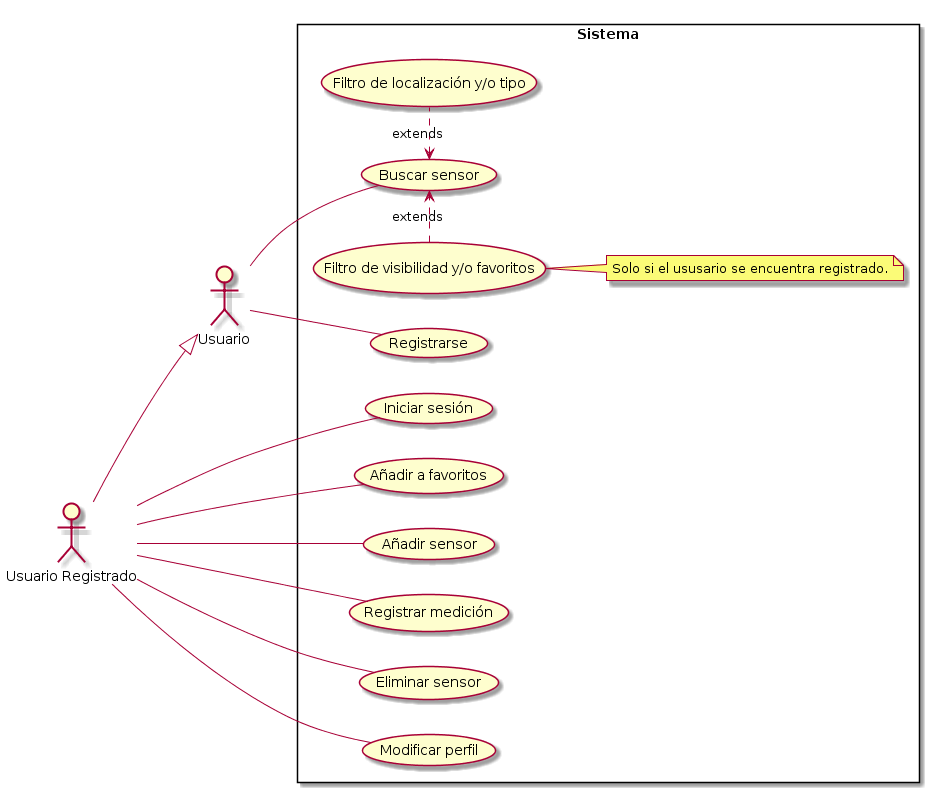
Before: Diagramas/Casos de Uso/Casos de Uso.png, a diagram exported from PlantUML (Canario0/SSW). Source of this version:
```plantuml
@startuml

left to right direction

skinparam packageStyle rectangle
actor Usuario as User
actor :Usuario Registrado: as Registrado

rectangle Sistema{
    usecase (Registrarse) as RegUser
    usecase (Buscar sensor) as BusqSensor
    usecase (Filtro de localización y/o tipo) as Filtro1
    usecase (Iniciar sesión) as Sesion
    usecase (Añadir a favoritos) as Fav
    usecase (Filtro de visibilidad y/o favoritos) as Filtro2
    usecase (Añadir sensor) as RegSensor
    usecase (Registrar medición) as RegMedicion
    usecase (Eliminar sensor) as EliSensor
    usecase (Modificar perfil) as EditPer

    User -- RegUser
    User -- BusqSensor
    BusqSensor <. Filtro1 : extends
    Filtro2 .right.> BusqSensor : extends
    Registrado -- Sesion
    Registrado -- Fav
    Registrado -- RegSensor
    Registrado -- RegMedicion
    Registrado -- EliSensor
    Registrado -- EditPer

    User <|-up- Registrado

    note right of Filtro2 : Solo si el ususario se encuentra registrado.

}

@enduml
```
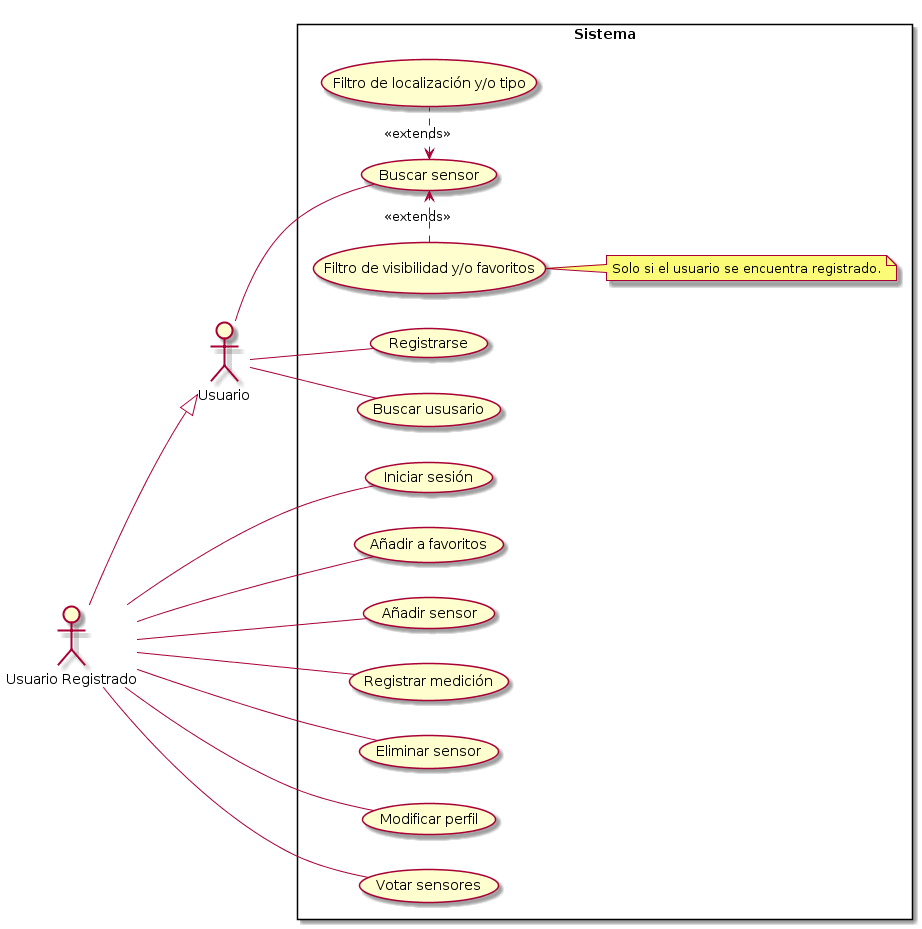
The same file after the commit.

Commit message:
Solucionados  un par de bugs

añadidos dos casos de uso al diagrama

Diff of the diagram source:
```diff
@@ -9,6 +9,7 @@
 rectangle Sistema{
     usecase (Registrarse) as RegUser
     usecase (Buscar sensor) as BusqSensor
+    usecase (Buscar ususario) as BusqUser
     usecase (Filtro de localización y/o tipo) as Filtro1
     usecase (Iniciar sesión) as Sesion
     usecase (Añadir a favoritos) as Fav
@@ -17,21 +18,23 @@
     usecase (Registrar medición) as RegMedicion
     usecase (Eliminar sensor) as EliSensor
     usecase (Modificar perfil) as EditPer
+    usecase (Votar sensores) as VotarSensors
 
     User -- RegUser
     User -- BusqSensor
-    BusqSensor <. Filtro1 : extends
-    Filtro2 .right.> BusqSensor : extends
+    BusqSensor <. Filtro1 : << extends >>
+    Filtro2 .right.> BusqSensor : << extends >>
+    User -- BusqUser
     Registrado -- Sesion
     Registrado -- Fav
     Registrado -- RegSensor
     Registrado -- RegMedicion
     Registrado -- EliSensor
     Registrado -- EditPer
-
+    Registrado -- VotarSensors
     User <|-up- Registrado
 
-    note right of Filtro2 : Solo si el ususario se encuentra registrado.
+    note right of Filtro2 : Solo si el usuario se encuentra registrado.
 
 }
 
```
